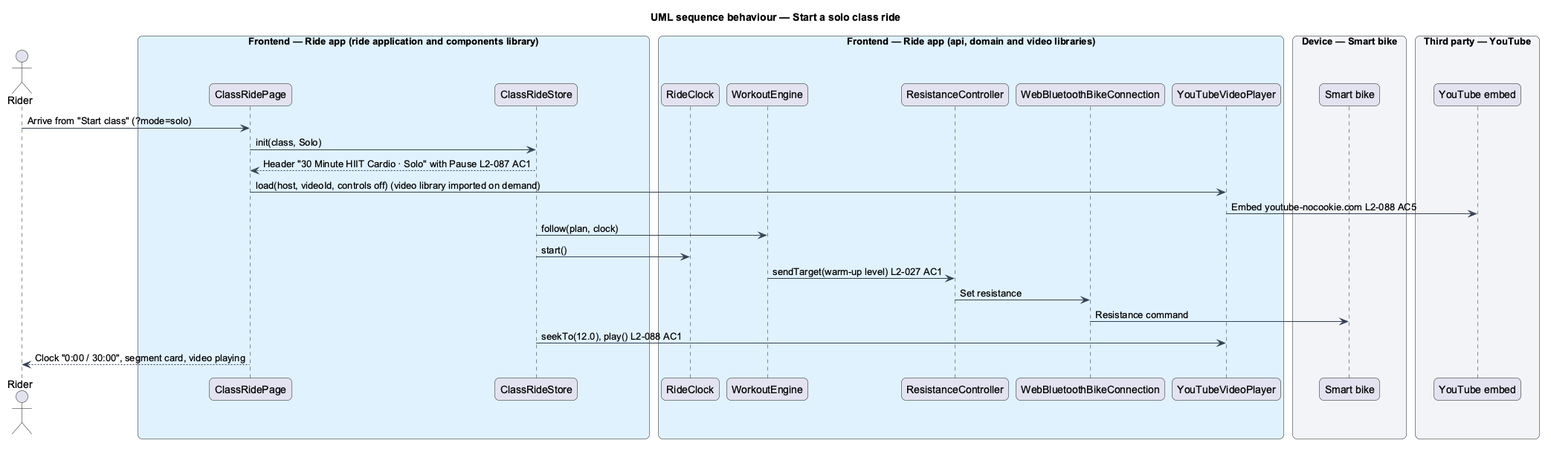
This is docs/detailed-designs/classes/ride-a-class/diagrams/sequence-start-a-solo-class-ride.png from QuinntyneBrown/ride-one, a PlantUML export, as it was before one commit.
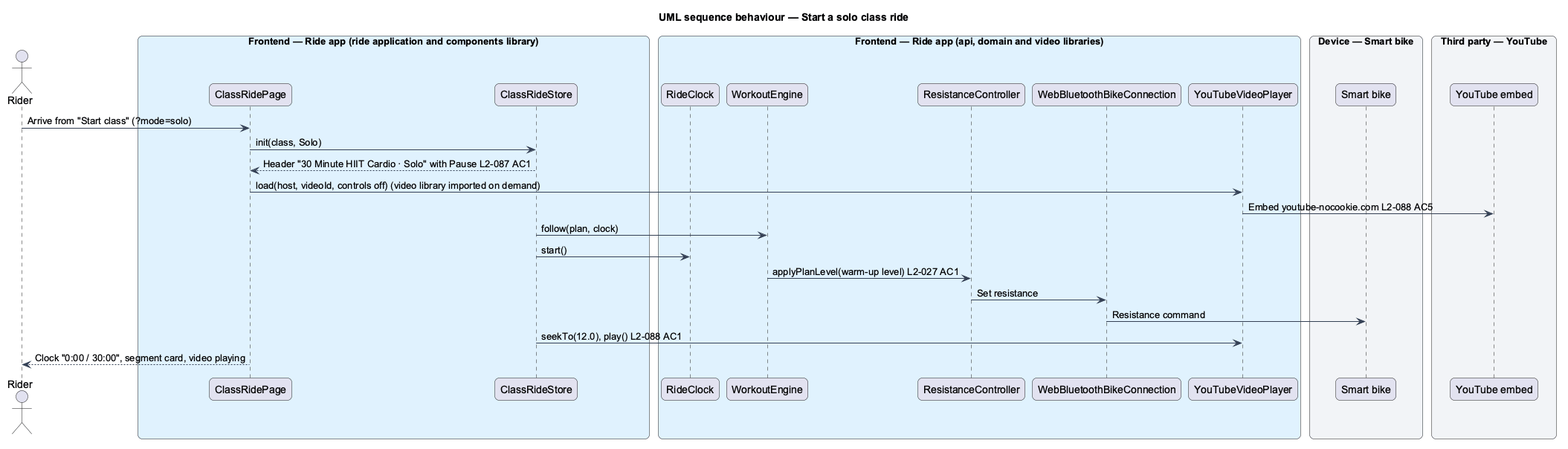
After the change.

What changed in the source:
```diff
@@ -39,7 +39,7 @@
 player -> yt : Embed youtube-nocookie.com L2-088 AC5
 store -> engine : follow(plan, clock)
 store -> clock : start()
-engine -> resist : sendTarget(warm-up level) L2-027 AC1
+engine -> resist : applyPlanLevel(warm-up level) L2-027 AC1
 resist -> conn : Set resistance
 conn -> bike : Resistance command
 store -> player : seekTo(12.0), play() L2-088 AC1
```
